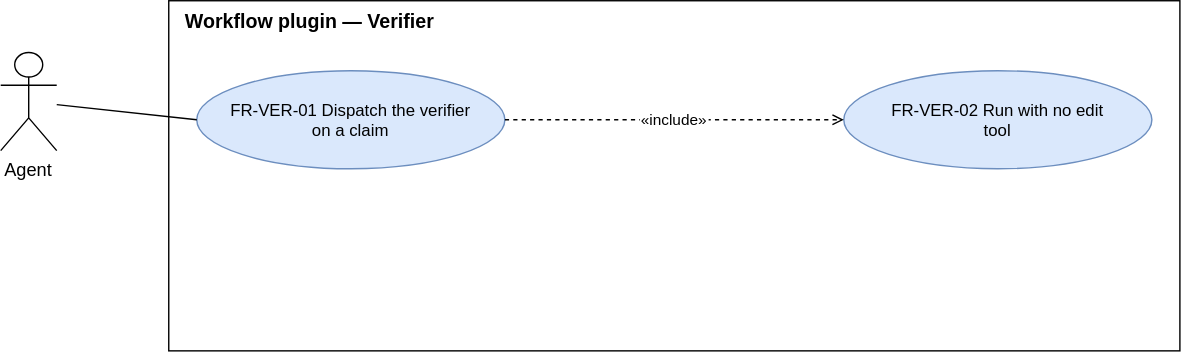
The draw.io diagram docs/requirements/diagrams/use-cases-verifier.drawio.svg in ATNexusLab/tightship, before a commit. Source tidied: cells renumbered, new cells last; positions are measured from the earlier drawing's top-left corner, leaving out a move shared by most shapes. Its diagram source:
```xml
<mxGraphModel background="#ffffff">
  <root>
    <mxCell id="0" />
    <mxCell id="1" parent="0" />
    <mxCell id="2" value="Workflow plugin — Verifier" style="rounded=0;fillColor=none;verticalAlign=top;align=left;spacingLeft=10;fontStyle=1;fontSize=14;html=0;" parent="1" vertex="1">
      <mxGeometry x="120" width="722" height="250" as="geometry" />
    </mxCell>
    <mxCell id="3" value="FR-VER-01 Dispatch the verifier&#10;on a claim" style="ellipse;fontSize=12;fillColor=#dae8fc;strokeColor=#6c8ebf;html=0;" parent="1" vertex="1">
      <mxGeometry x="140" y="50" width="220" height="70" as="geometry" />
    </mxCell>
    <mxCell id="4" value="FR-VER-02 Run with no edit&#10;tool" style="ellipse;fontSize=12;fillColor=#dae8fc;strokeColor=#6c8ebf;html=0;" parent="1" vertex="1">
      <mxGeometry x="602" y="50" width="220" height="70" as="geometry" />
    </mxCell>
    <mxCell id="5" value="Agent" style="shape=umlActor;verticalLabelPosition=bottom;verticalAlign=top;fontSize=13;html=0;" parent="1" vertex="1">
      <mxGeometry y="37" width="40" height="70" as="geometry" />
    </mxCell>
    <mxCell id="6" style="endArrow=none;entryX=0;entryY=0.5;html=0;fontSize=11;labelBackgroundColor=#ffffff;" parent="1" edge="1" source="5" target="3">
      <mxGeometry relative="1" as="geometry" />
    </mxCell>
    <mxCell id="7" value="«include»" style="dashed=1;endArrow=open;endFill=0;html=0;fontSize=11;labelBackgroundColor=#ffffff;" parent="1" edge="1" source="3" target="4">
      <mxGeometry relative="1" as="geometry" />
    </mxCell>
  </root>
</mxGraphModel>
```
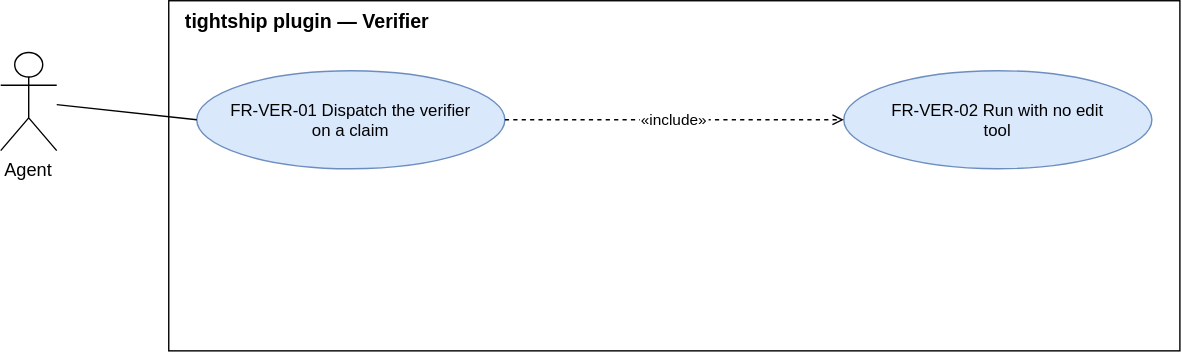
Later version of the same file.

Commit message:
docs: name the plugin tightship in the diagrams

What changed in the source:
```diff
@@ -2,7 +2,7 @@
   <root>
     <mxCell id="0" />
     <mxCell id="1" parent="0" />
-    <mxCell id="2" value="Workflow plugin — Verifier" style="rounded=0;fillColor=none;verticalAlign=top;align=left;spacingLeft=10;fontStyle=1;fontSize=14;html=0;" parent="1" vertex="1">
+    <mxCell id="2" value="tightship plugin — Verifier" style="rounded=0;fillColor=none;verticalAlign=top;align=left;spacingLeft=10;fontStyle=1;fontSize=14;html=0;" parent="1" vertex="1">
       <mxGeometry x="120" width="722" height="250" as="geometry" />
     </mxCell>
     <mxCell id="3" value="FR-VER-01 Dispatch the verifier&#10;on a claim" style="ellipse;fontSize=12;fillColor=#dae8fc;strokeColor=#6c8ebf;html=0;" parent="1" vertex="1">
```
